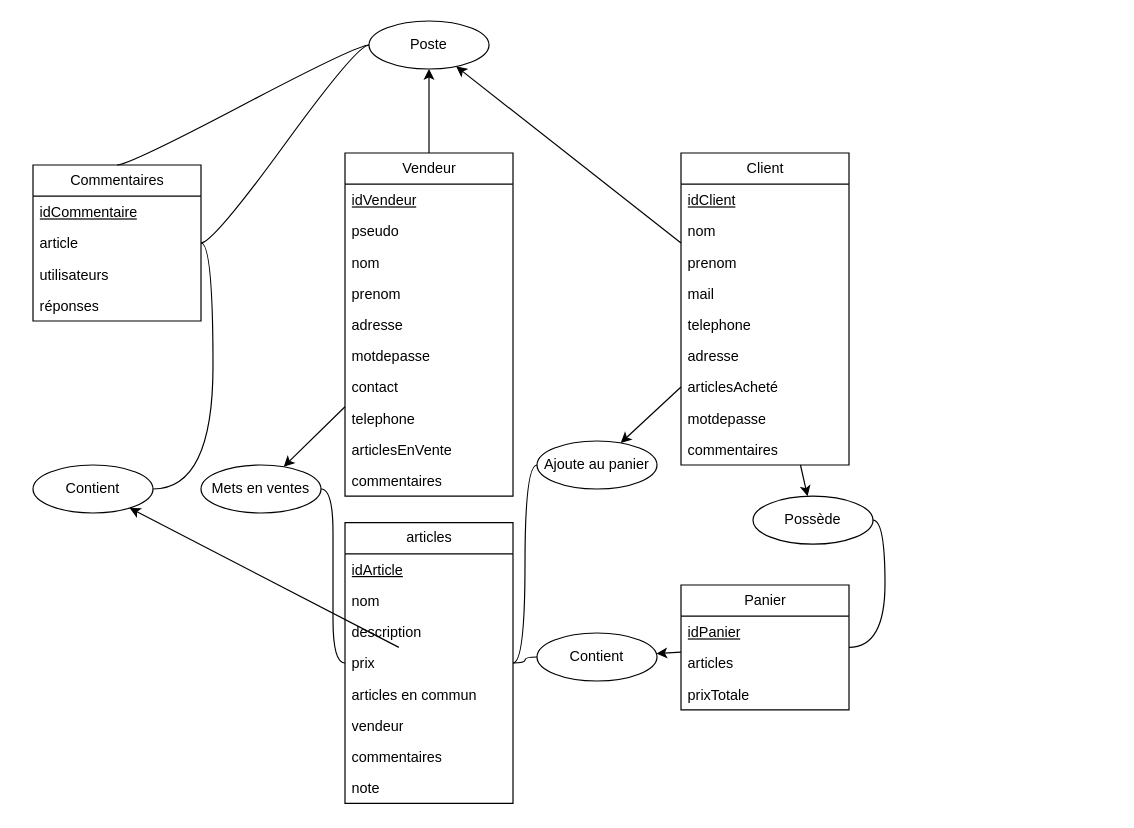
shadowforce78/UVSQ keeps this draw.io diagram as Drawio/Amazon.dio. Above is the earlier version. Source tidied: cells renumbered, new cells numbered last; positions are measured from the earlier drawing's top-left corner, leaving out a move shared by most shapes. Both pictures are drawn from the tidied source at 120%, with x=0, y=0 at pixel (32, 20).
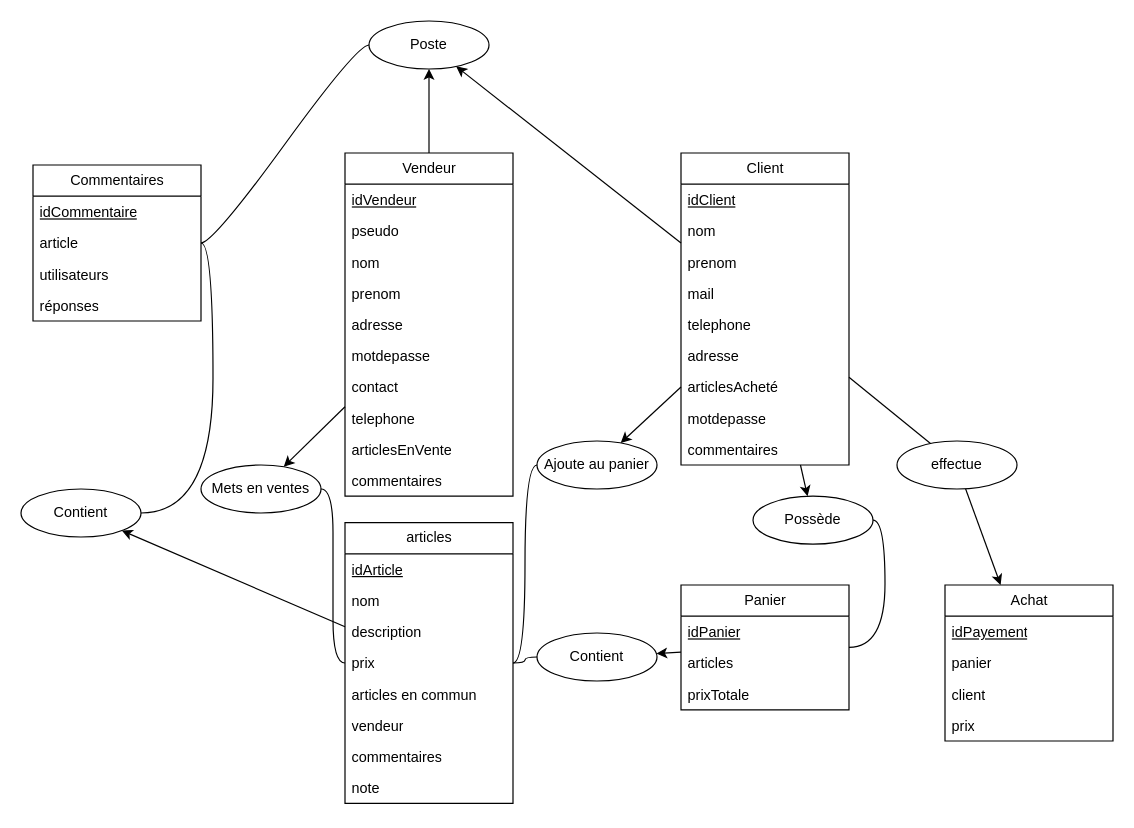
After the change.

Commit message:
Update Amazon.dio: Adjust diagram layout and add new elements for payment processing

Unchanged cells that the change refers to:
```xml
<mxCell id="5" value="Client" style="swimlane;fontStyle=0;horizontal=1;startSize=26;fillColor=none;html=1;" parent="1" vertex="1">
  <mxGeometry x="540" y="110" width="140" height="260" as="geometry" />
</mxCell>
<mxCell id="35" value="articles" style="swimlane;fontStyle=0;horizontal=1;startSize=26;fillColor=none;html=1;" parent="1" vertex="1">
  <mxGeometry x="260" y="418" width="140" height="234" as="geometry" />
</mxCell>
<mxCell id="39" value="prix" style="text;strokeColor=none;fillColor=none;align=left;verticalAlign=top;spacingLeft=4;spacingRight=4;overflow=hidden;points=[[0,0.5],[1,0.5]];portConstraint=eastwest;whiteSpace=wrap;html=1;" parent="35" vertex="1">
  <mxGeometry y="104" width="140" height="26" as="geometry" />
</mxCell>
<mxCell id="50" value="Commentaires" style="swimlane;fontStyle=0;horizontal=1;startSize=26;fillColor=none;html=1;" parent="1" vertex="1">
  <mxGeometry y="120" width="140" height="130" as="geometry" />
</mxCell>
<mxCell id="57" value="Poste" style="ellipse;whiteSpace=wrap;html=1;align=center;newEdgeStyle={&quot;edgeStyle&quot;:&quot;entityRelationEdgeStyle&quot;,&quot;startArrow&quot;:&quot;none&quot;,&quot;endArrow&quot;:&quot;none&quot;,&quot;segment&quot;:10,&quot;curved&quot;:1,&quot;sourcePerimeterSpacing&quot;:0,&quot;targetPerimeterSpacing&quot;:0};" parent="1" vertex="1">
  <mxGeometry x="280" width="100" height="40" as="geometry" />
</mxCell>
```

Diff of the diagram source:
```diff
@@
+    <mxCell id="61" style="edgeStyle=none;html=1;startArrow=none;" parent="1" edge="1" source="70" target="64">
+      <mxGeometry relative="1" as="geometry" />
+    </mxCell>
@@
+    <mxCell id="62" style="edgeStyle=none;html=1;" parent="1" edge="1" source="35" target="59">
+      <mxGeometry relative="1" as="geometry" />
+    </mxCell>
@@
-    <mxCell id="55" style="edgeStyle=entityRelationEdgeStyle;html=1;startArrow=none;endArrow=none;segment=10;curved=1;sourcePerimeterSpacing=0;targetPerimeterSpacing=0;entryX=0.5;entryY=0;entryDx=0;entryDy=0;" parent="1" edge="1" source="57" target="50">
-      <mxGeometry relative="1" as="geometry" />
-    </mxCell>
-    <mxCell id="56" style="edgeStyle=entityRelationEdgeStyle;html=1;startArrow=none;endArrow=none;segment=10;curved=1;sourcePerimeterSpacing=0;targetPerimeterSpacing=0;" parent="1" edge="1" source="57" target="50">
-      <mxGeometry relative="1" as="geometry" />
-    </mxCell>
+    <mxCell id="63" style="edgeStyle=entityRelationEdgeStyle;html=1;startArrow=none;endArrow=none;segment=10;curved=1;sourcePerimeterSpacing=0;targetPerimeterSpacing=0;" parent="1" edge="1" source="57" target="50">
+      <mxGeometry relative="1" as="geometry" />
+    </mxCell>
@@
     <mxCell id="59" value="Contient" style="ellipse;whiteSpace=wrap;html=1;align=center;newEdgeStyle={&quot;edgeStyle&quot;:&quot;entityRelationEdgeStyle&quot;,&quot;startArrow&quot;:&quot;none&quot;,&quot;endArrow&quot;:&quot;none&quot;,&quot;segment&quot;:10,&quot;curved&quot;:1,&quot;sourcePerimeterSpacing&quot;:0,&quot;targetPerimeterSpacing&quot;:0};" parent="1" vertex="1">
-      <mxGeometry y="370" width="100" height="40" as="geometry" />
+      <mxGeometry x="-10" y="390" width="100" height="40" as="geometry" />
     </mxCell>
-    <mxCell id="60" style="edgeStyle=none;html=1;" parent="1" edge="1" source="39" target="59">
-      <mxGeometry relative="1" as="geometry" />
-    </mxCell>
+    <mxCell id="64" value="Achat" style="swimlane;fontStyle=0;horizontal=1;startSize=26;fillColor=none;html=1;" parent="1" vertex="1">
+      <mxGeometry x="760" y="470" width="140" height="130" as="geometry" />
+    </mxCell>
+    <mxCell id="65" value="&lt;u&gt;idPayement&lt;/u&gt;" style="text;strokeColor=none;fillColor=none;align=left;verticalAlign=top;spacingLeft=4;spacingRight=4;overflow=hidden;whiteSpace=wrap;html=1;" parent="64" vertex="1">
+      <mxGeometry y="26" width="140" height="26" as="geometry" />
+    </mxCell>
+    <mxCell id="66" value="panier" style="text;strokeColor=none;fillColor=none;align=left;verticalAlign=top;spacingLeft=4;spacingRight=4;overflow=hidden;whiteSpace=wrap;html=1;" parent="64" vertex="1">
+      <mxGeometry y="52" width="140" height="26" as="geometry" />
+    </mxCell>
+    <mxCell id="67" value="client" style="text;strokeColor=none;fillColor=none;align=left;verticalAlign=top;spacingLeft=4;spacingRight=4;overflow=hidden;whiteSpace=wrap;html=1;" parent="64" vertex="1">
+      <mxGeometry y="78" width="140" height="26" as="geometry" />
+    </mxCell>
+    <mxCell id="68" value="prix" style="text;strokeColor=none;fillColor=none;align=left;verticalAlign=top;spacingLeft=4;spacingRight=4;overflow=hidden;whiteSpace=wrap;html=1;" parent="64" vertex="1">
+      <mxGeometry y="104" width="140" height="26" as="geometry" />
+    </mxCell>
+    <mxCell id="69" style="edgeStyle=none;html=1;endArrow=none;" parent="1" edge="1" source="5" target="70">
+      <mxGeometry relative="1" as="geometry" />
+    </mxCell>
+    <mxCell id="70" value="effectue" style="ellipse;whiteSpace=wrap;html=1;align=center;newEdgeStyle={&quot;edgeStyle&quot;:&quot;entityRelationEdgeStyle&quot;,&quot;startArrow&quot;:&quot;none&quot;,&quot;endArrow&quot;:&quot;none&quot;,&quot;segment&quot;:10,&quot;curved&quot;:1,&quot;sourcePerimeterSpacing&quot;:0,&quot;targetPerimeterSpacing&quot;:0};" parent="1" vertex="1">
+      <mxGeometry x="720" y="350" width="100" height="40" as="geometry" />
+    </mxCell>
```
